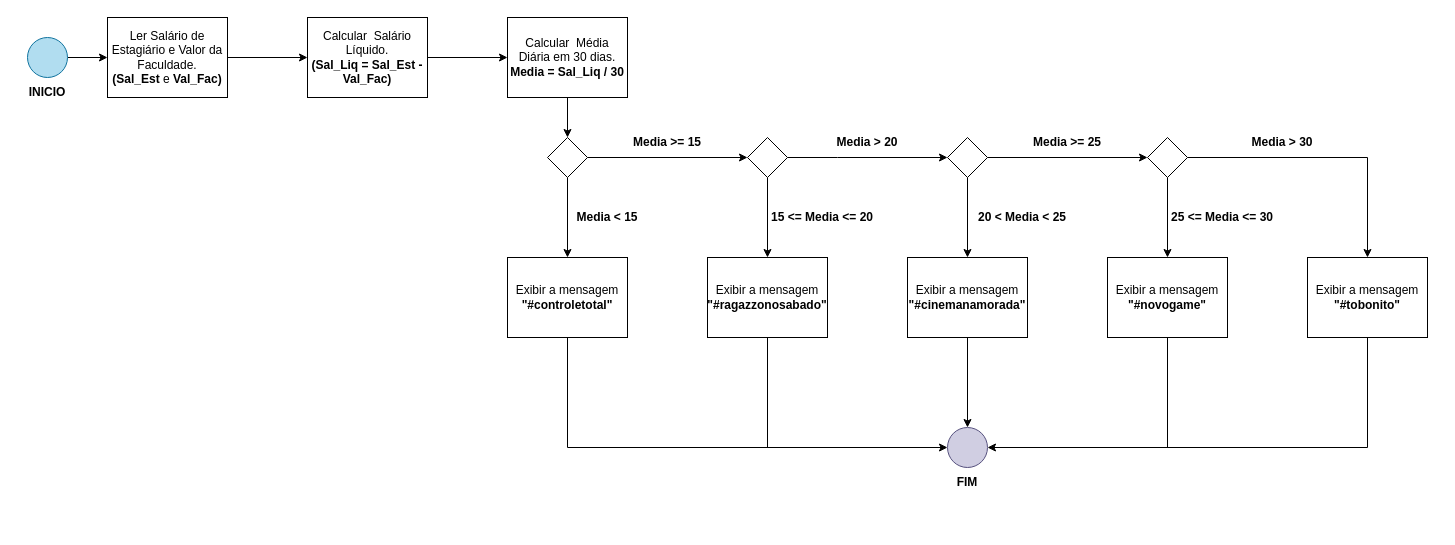
Earlier version of the draw.io diagram page "Exercício 7" (1 of 3) of Lista 01 - diagramas.drawio (walleskaflima/sptech_activities). Source tidied: cells renumbered, new cells numbered last; positions are measured from the earlier drawing's top-left corner, leaving out a move shared by most shapes. Both pictures are drawn from the tidied source at 100%, with x=0, y=0 at pixel (17, 17).
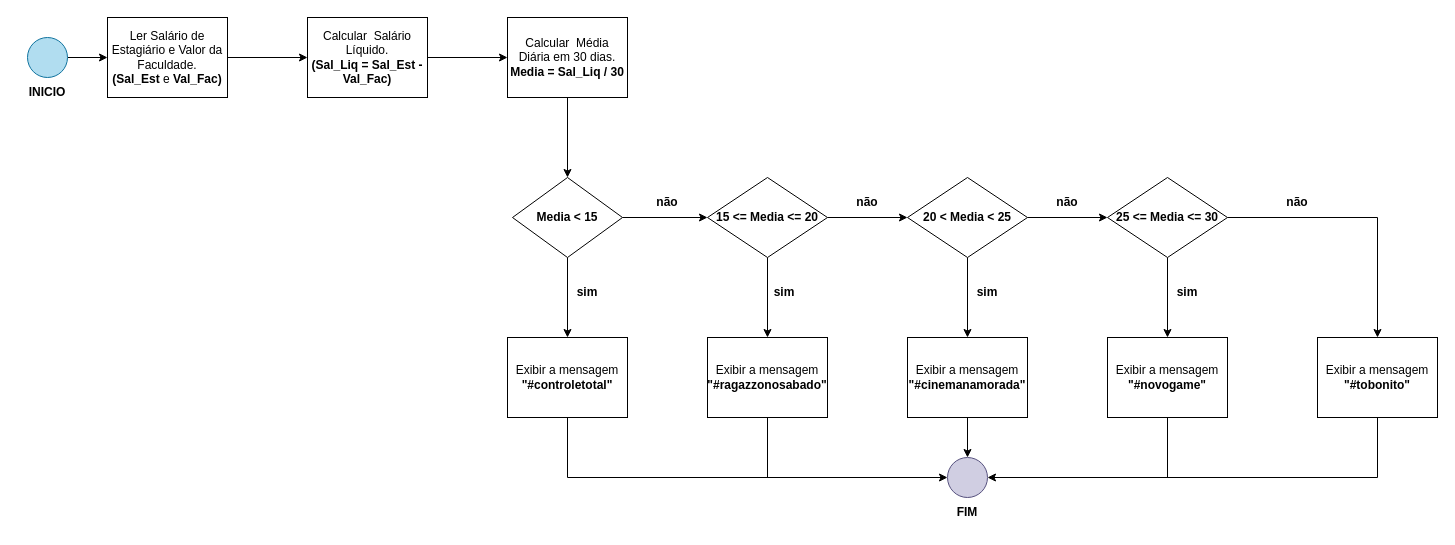
The same page after the edit.

What changed in the source:
```diff
@@
     <mxCell id="12" style="rhombus;whiteSpace=wrap;html=1;" parent="1" vertex="1">
-      <mxGeometry x="530" y="120" width="40" height="40" as="geometry" />
+      <mxGeometry x="495" y="160" width="110" height="80" as="geometry" />
     </mxCell>
@@
     <mxCell id="14" value="Exibir a mensagem&lt;br&gt;&lt;b&gt;&quot;#controletotal&quot;&lt;/b&gt;" style="whiteSpace=wrap;html=1;" parent="1" vertex="1">
-      <mxGeometry x="490" y="240" width="120" height="80" as="geometry" />
+      <mxGeometry x="490" y="320" width="120" height="80" as="geometry" />
     </mxCell>
@@
-    <mxCell id="16" style="edgeStyle=orthogonalEdgeStyle;rounded=0;jettySize=auto;html=1;" parent="1" edge="1" source="17">
-      <mxGeometry relative="1" as="geometry">
-        <mxPoint x="930" y="140" as="targetPoint" />
-        <Array as="points">
-          <mxPoint x="820" y="140" />
-          <mxPoint x="820" y="140" />
-        </Array>
-      </mxGeometry>
-    </mxCell>
+    <mxCell id="43" style="edgeStyle=orthogonalEdgeStyle;rounded=0;jettySize=auto;html=1;" parent="1" edge="1" source="17" target="25">
+      <mxGeometry relative="1" as="geometry" />
+    </mxCell>
     <mxCell id="17" style="rhombus;whiteSpace=wrap;html=1;" parent="1" vertex="1">
-      <mxGeometry x="730" y="120" width="40" height="40" as="geometry" />
+      <mxGeometry x="690" y="160" width="120" height="80" as="geometry" />
     </mxCell>
     <mxCell id="18" value="&lt;b style=&quot;border-color: var(--border-color);&quot;&gt;Media &amp;lt; 15&lt;/b&gt;" style="text;html=1;strokeColor=none;fillColor=none;align=center;verticalAlign=middle;whiteSpace=wrap;rounded=0;" parent="1" vertex="1">
-      <mxGeometry x="540" y="160" width="100" height="80" as="geometry" />
+      <mxGeometry x="500" y="160" width="100" height="80" as="geometry" />
     </mxCell>
     <mxCell id="19" style="ellipse;whiteSpace=wrap;html=1;fillColor=#d0cee2;strokeColor=#56517e;" parent="1" vertex="1">
-      <mxGeometry x="930" y="410" width="40" height="40" as="geometry" />
+      <mxGeometry x="930" y="440" width="40" height="40" as="geometry" />
     </mxCell>
     <mxCell id="20" value="Exibir a mensagem&lt;br style=&quot;border-color: var(--border-color);&quot;&gt;&lt;b style=&quot;border-color: var(--border-color);&quot;&gt;&quot;#ragazzonosabado&quot;&lt;/b&gt;" style="whiteSpace=wrap;html=1;" parent="1" vertex="1">
-      <mxGeometry x="690" y="240" width="120" height="80" as="geometry" />
+      <mxGeometry x="690" y="320" width="120" height="80" as="geometry" />
     </mxCell>
-    <mxCell id="21" value="&lt;b style=&quot;border-color: var(--border-color);&quot;&gt;Media &amp;gt;= 15&lt;/b&gt;" style="text;html=1;strokeColor=none;fillColor=none;align=center;verticalAlign=middle;whiteSpace=wrap;rounded=0;" parent="1" vertex="1">
-      <mxGeometry x="610" y="110" width="80" height="30" as="geometry" />
-    </mxCell>
     <mxCell id="22" value="&lt;div&gt;&lt;b&gt;15 &amp;lt;= Media &amp;lt;= 20&lt;/b&gt;&lt;/div&gt;" style="text;html=1;strokeColor=none;fillColor=none;align=center;verticalAlign=middle;whiteSpace=wrap;rounded=0;" parent="1" vertex="1">
-      <mxGeometry x="740" y="160" width="130" height="80" as="geometry" />
+      <mxGeometry x="685" y="160" width="130" height="80" as="geometry" />
     </mxCell>
@@
     <mxCell id="25" style="rhombus;whiteSpace=wrap;html=1;" parent="1" vertex="1">
-      <mxGeometry x="930" y="120" width="40" height="40" as="geometry" />
+      <mxGeometry x="890" y="160" width="120" height="80" as="geometry" />
     </mxCell>
-    <mxCell id="26" value="&lt;b style=&quot;border-color: var(--border-color);&quot;&gt;Media &amp;gt; 20&lt;/b&gt;" style="text;html=1;strokeColor=none;fillColor=none;align=center;verticalAlign=middle;whiteSpace=wrap;rounded=0;" parent="1" vertex="1">
-      <mxGeometry x="810" y="110" width="80" height="30" as="geometry" />
-    </mxCell>
@@
     <mxCell id="28" value="Exibir a mensagem&lt;br style=&quot;border-color: var(--border-color);&quot;&gt;&lt;b style=&quot;border-color: var(--border-color);&quot;&gt;&quot;#cinemanamorada&quot;&lt;/b&gt;" style="whiteSpace=wrap;html=1;" parent="1" vertex="1">
-      <mxGeometry x="890" y="240" width="120" height="80" as="geometry" />
+      <mxGeometry x="890" y="320" width="120" height="80" as="geometry" />
     </mxCell>
     <mxCell id="29" value="&lt;div&gt;&lt;b&gt;20 &amp;lt; Media &amp;lt; 25&lt;/b&gt;&lt;/div&gt;" style="text;html=1;strokeColor=none;fillColor=none;align=center;verticalAlign=middle;whiteSpace=wrap;rounded=0;" parent="1" vertex="1">
-      <mxGeometry x="940" y="160" width="130" height="80" as="geometry" />
+      <mxGeometry x="885" y="160" width="130" height="80" as="geometry" />
     </mxCell>
@@
     <mxCell id="32" style="rhombus;whiteSpace=wrap;html=1;" parent="1" vertex="1">
-      <mxGeometry x="1130" y="120" width="40" height="40" as="geometry" />
+      <mxGeometry x="1090" y="160" width="120" height="80" as="geometry" />
     </mxCell>
-    <mxCell id="33" value="&lt;b style=&quot;border-color: var(--border-color);&quot;&gt;Media &amp;gt;= 25&lt;/b&gt;" style="text;html=1;strokeColor=none;fillColor=none;align=center;verticalAlign=middle;whiteSpace=wrap;rounded=0;" parent="1" vertex="1">
-      <mxGeometry x="1010" y="110" width="80" height="30" as="geometry" />
-    </mxCell>
     <mxCell id="34" value="Exibir a mensagem&lt;br style=&quot;border-color: var(--border-color);&quot;&gt;&lt;b style=&quot;border-color: var(--border-color);&quot;&gt;&quot;#novogame&quot;&lt;/b&gt;" style="whiteSpace=wrap;html=1;" parent="1" vertex="1">
-      <mxGeometry x="1090" y="240" width="120" height="80" as="geometry" />
+      <mxGeometry x="1090" y="320" width="120" height="80" as="geometry" />
     </mxCell>
     <mxCell id="35" value="&lt;div&gt;&lt;b&gt;25 &amp;lt;= Media &amp;lt;= 30&lt;/b&gt;&lt;/div&gt;" style="text;html=1;strokeColor=none;fillColor=none;align=center;verticalAlign=middle;whiteSpace=wrap;rounded=0;" parent="1" vertex="1">
-      <mxGeometry x="1140" y="160" width="130" height="80" as="geometry" />
+      <mxGeometry x="1085" y="160" width="130" height="80" as="geometry" />
     </mxCell>
@@
     <mxCell id="37" value="Exibir a mensagem&lt;br style=&quot;border-color: var(--border-color);&quot;&gt;&lt;b style=&quot;border-color: var(--border-color);&quot;&gt;&quot;#tobonito&quot;&lt;/b&gt;" style="rounded=0;whiteSpace=wrap;html=1;" parent="1" vertex="1">
-      <mxGeometry x="1290" y="240" width="120" height="80" as="geometry" />
+      <mxGeometry x="1300" y="320" width="120" height="80" as="geometry" />
     </mxCell>
-    <mxCell id="38" value="&lt;div&gt;&lt;b&gt;Media &amp;gt; 30&lt;/b&gt;&lt;/div&gt;" style="text;html=1;strokeColor=none;fillColor=none;align=center;verticalAlign=middle;whiteSpace=wrap;rounded=0;" parent="1" vertex="1">
-      <mxGeometry x="1200" y="112.5" width="130" height="25" as="geometry" />
-    </mxCell>
     <mxCell id="39" style="endArrow=none;html=1;rounded=0;entryX=0.5;entryY=1;entryDx=0;entryDy=0;" parent="1" edge="1" target="20">
       <mxGeometry relative="1" as="geometry">
-        <mxPoint x="750" y="430" as="sourcePoint" />
+        <mxPoint x="750" y="460" as="sourcePoint" />
       </mxGeometry>
     </mxCell>
     <mxCell id="40" style="endArrow=none;html=1;rounded=0;entryX=0.5;entryY=1;entryDx=0;entryDy=0;" parent="1" edge="1" target="34">
       <mxGeometry relative="1" as="geometry">
-        <mxPoint x="1150" y="430" as="sourcePoint" />
+        <mxPoint x="1150" y="460" as="sourcePoint" />
       </mxGeometry>
     </mxCell>
     <mxCell id="41" value="&lt;b&gt;FIM&lt;/b&gt;" style="text;html=1;strokeColor=none;fillColor=none;align=center;verticalAlign=middle;whiteSpace=wrap;rounded=0;" parent="1" vertex="1">
-      <mxGeometry x="920" y="450" width="60" height="30" as="geometry" />
+      <mxGeometry x="920" y="480" width="60" height="30" as="geometry" />
     </mxCell>
@@
+    <mxCell id="44" value="&lt;b&gt;sim&lt;/b&gt;" style="text;html=1;strokeColor=none;fillColor=none;align=center;verticalAlign=middle;whiteSpace=wrap;rounded=0;" parent="1" vertex="1">
+      <mxGeometry x="540" y="260" width="60" height="30" as="geometry" />
+    </mxCell>
+    <mxCell id="45" value="&lt;b&gt;sim&lt;/b&gt;" style="text;html=1;strokeColor=none;fillColor=none;align=center;verticalAlign=middle;whiteSpace=wrap;rounded=0;" parent="1" vertex="1">
+      <mxGeometry x="737" y="260" width="60" height="30" as="geometry" />
+    </mxCell>
+    <mxCell id="46" value="&lt;b&gt;sim&lt;/b&gt;" style="text;html=1;strokeColor=none;fillColor=none;align=center;verticalAlign=middle;whiteSpace=wrap;rounded=0;" parent="1" vertex="1">
+      <mxGeometry x="940" y="260" width="60" height="30" as="geometry" />
+    </mxCell>
+    <mxCell id="47" value="&lt;b&gt;sim&lt;/b&gt;" style="text;html=1;strokeColor=none;fillColor=none;align=center;verticalAlign=middle;whiteSpace=wrap;rounded=0;" parent="1" vertex="1">
+      <mxGeometry x="1140" y="260" width="60" height="30" as="geometry" />
+    </mxCell>
+    <mxCell id="48" value="&lt;b&gt;não&lt;/b&gt;" style="text;html=1;strokeColor=none;fillColor=none;align=center;verticalAlign=middle;whiteSpace=wrap;rounded=0;" parent="1" vertex="1">
+      <mxGeometry x="620" y="170" width="60" height="30" as="geometry" />
+    </mxCell>
+    <mxCell id="49" value="&lt;b&gt;não&lt;/b&gt;" style="text;html=1;strokeColor=none;fillColor=none;align=center;verticalAlign=middle;whiteSpace=wrap;rounded=0;" parent="1" vertex="1">
+      <mxGeometry x="820" y="170" width="60" height="30" as="geometry" />
+    </mxCell>
+    <mxCell id="50" value="&lt;b&gt;não&lt;/b&gt;" style="text;html=1;strokeColor=none;fillColor=none;align=center;verticalAlign=middle;whiteSpace=wrap;rounded=0;" parent="1" vertex="1">
+      <mxGeometry x="1020" y="170" width="60" height="30" as="geometry" />
+    </mxCell>
+    <mxCell id="51" value="&lt;b&gt;não&lt;/b&gt;" style="text;html=1;strokeColor=none;fillColor=none;align=center;verticalAlign=middle;whiteSpace=wrap;rounded=0;" parent="1" vertex="1">
+      <mxGeometry x="1250" y="170" width="60" height="30" as="geometry" />
+    </mxCell>
```
